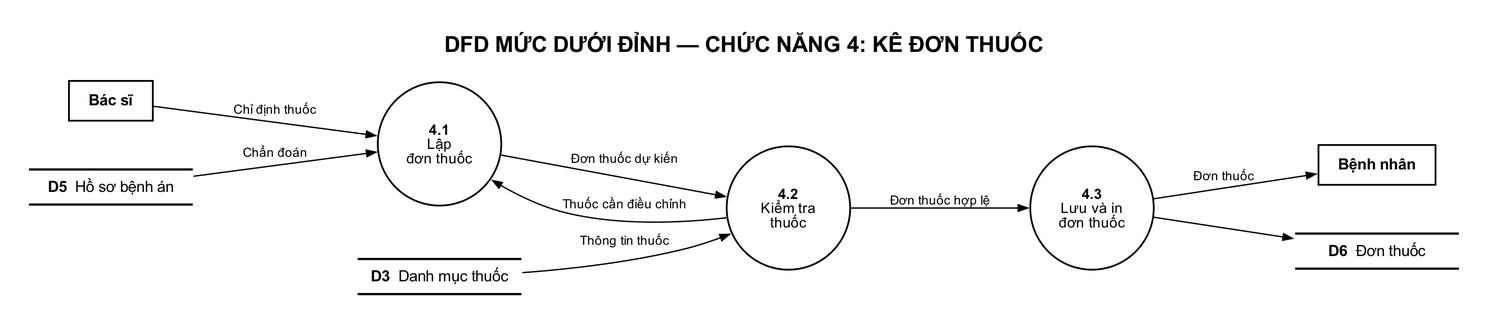
Before: ban-nang-cao/07-DFD-muc-2-chuc-nang-4-ke-don-thuoc.png, a diagram exported from Graphviz (DamDucThinh/quan-ly-phong-kham). Its source is kept beside it as nguon/07-DFD-muc-2-chuc-nang-4-ke-don-thuoc.gv. Its diagram source:
```dot
digraph G {
  graph [fontname="Arial", bgcolor="white", pad=0.35, labelloc=t, fontsize=20, label=<<B>DFD MỨC DƯỚI ĐỈNH — CHỨC NĂNG 4: KÊ ĐƠN THUỐC</B><BR/> >, rankdir=LR, nodesep=0.6, ranksep=1.0];
  node [fontname="Arial", color="black"];
  edge [fontname="Arial", fontsize=11.5, arrowsize=0.85, penwidth=1.2];
  BS [shape=box, style="filled,bold", fillcolor="#ffffff", penwidth=1.6, margin="0.25,0.14", fontsize=14, label=<<B>Bác sĩ</B>>];
  BN [shape=box, style="filled,bold", fillcolor="#ffffff", penwidth=1.6, margin="0.25,0.14", fontsize=14, label=<<B>Bệnh nhân</B>>];
  P41 [shape=circle, fixedsize=true, width=1.55, penwidth=1.6, fontsize=13, label=<<B>4.1</B><BR/>Lập<BR/>đơn thuốc>];
  P42 [shape=circle, fixedsize=true, width=1.55, penwidth=1.6, fontsize=13, label=<<B>4.2</B><BR/>Kiểm tra<BR/>thuốc>];
  P43 [shape=circle, fixedsize=true, width=1.55, penwidth=1.6, fontsize=13, label=<<B>4.3</B><BR/>Lưu và in<BR/>đơn thuốc>];
  D5 [shape=plain, label=<<TABLE BORDER="0" CELLBORDER="1" CELLSPACING="0" CELLPADDING="7"><TR><TD SIDES="TB" BORDER="2" WIDTH="150"><B>D5</B>  Hồ sơ bệnh án</TD></TR></TABLE>>];
  D3 [shape=plain, label=<<TABLE BORDER="0" CELLBORDER="1" CELLSPACING="0" CELLPADDING="7"><TR><TD SIDES="TB" BORDER="2" WIDTH="150"><B>D3</B>  Danh mục thuốc</TD></TR></TABLE>>];
  D6 [shape=plain, label=<<TABLE BORDER="0" CELLBORDER="1" CELLSPACING="0" CELLPADDING="7"><TR><TD SIDES="TB" BORDER="2" WIDTH="150"><B>D6</B>  Đơn thuốc</TD></TR></TABLE>>];
  BS -> P41 [label=<Chỉ định thuốc>];
  D5 -> P41 [label=<Chẩn đoán>];
  P41 -> P42 [label=<Đơn thuốc dự kiến>];
  D3 -> P42 [label=<Thông tin thuốc>];
  P42 -> P41 [label=<Thuốc cần điều chỉnh>];
  P42 -> P43 [label=<Đơn thuốc hợp lệ>];
  P43 -> D6 [];
  P43 -> BN [label=<Đơn thuốc>];
}
```
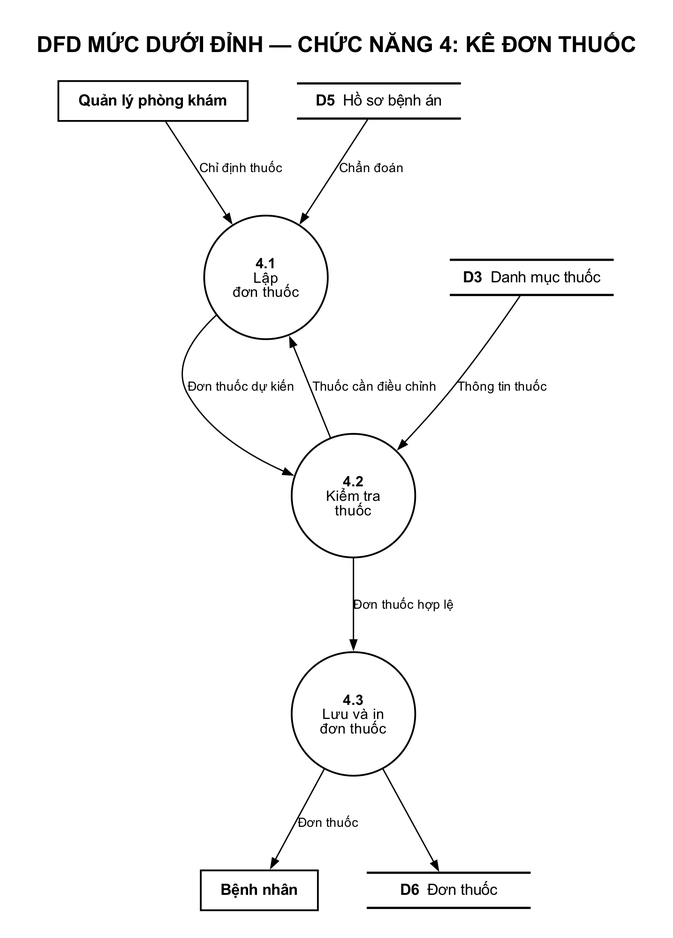
After the change.

Diff of the diagram source:
```diff
@@ -1,8 +1,8 @@
 digraph G {
-  graph [fontname="Arial", bgcolor="white", pad=0.35, labelloc=t, fontsize=20, label=<<B>DFD MỨC DƯỚI ĐỈNH — CHỨC NĂNG 4: KÊ ĐƠN THUỐC</B><BR/> >, rankdir=LR, nodesep=0.6, ranksep=1.0];
+  graph [fontname="Arial", bgcolor="white", pad=0.35, labelloc=t, fontsize=20, label=<<B>DFD MỨC DƯỚI ĐỈNH — CHỨC NĂNG 4: KÊ ĐƠN THUỐC</B><BR/> >, rankdir=TB, nodesep=0.6, ranksep=1.0];
   node [fontname="Arial", color="black"];
   edge [fontname="Arial", fontsize=11.5, arrowsize=0.85, penwidth=1.2];
-  BS [shape=box, style="filled,bold", fillcolor="#ffffff", penwidth=1.6, margin="0.25,0.14", fontsize=14, label=<<B>Bác sĩ</B>>];
+  QL [shape=box, style="filled,bold", fillcolor="#ffffff", penwidth=1.6, margin="0.25,0.14", fontsize=14, label=<<B>Quản lý phòng khám</B>>];
   BN [shape=box, style="filled,bold", fillcolor="#ffffff", penwidth=1.6, margin="0.25,0.14", fontsize=14, label=<<B>Bệnh nhân</B>>];
   P41 [shape=circle, fixedsize=true, width=1.55, penwidth=1.6, fontsize=13, label=<<B>4.1</B><BR/>Lập<BR/>đơn thuốc>];
   P42 [shape=circle, fixedsize=true, width=1.55, penwidth=1.6, fontsize=13, label=<<B>4.2</B><BR/>Kiểm tra<BR/>thuốc>];
@@ -10,7 +10,7 @@
   D5 [shape=plain, label=<<TABLE BORDER="0" CELLBORDER="1" CELLSPACING="0" CELLPADDING="7"><TR><TD SIDES="TB" BORDER="2" WIDTH="150"><B>D5</B>  Hồ sơ bệnh án</TD></TR></TABLE>>];
   D3 [shape=plain, label=<<TABLE BORDER="0" CELLBORDER="1" CELLSPACING="0" CELLPADDING="7"><TR><TD SIDES="TB" BORDER="2" WIDTH="150"><B>D3</B>  Danh mục thuốc</TD></TR></TABLE>>];
   D6 [shape=plain, label=<<TABLE BORDER="0" CELLBORDER="1" CELLSPACING="0" CELLPADDING="7"><TR><TD SIDES="TB" BORDER="2" WIDTH="150"><B>D6</B>  Đơn thuốc</TD></TR></TABLE>>];
-  BS -> P41 [label=<Chỉ định thuốc>];
+  QL -> P41 [label=<Chỉ định thuốc>];
   D5 -> P41 [label=<Chẩn đoán>];
   P41 -> P42 [label=<Đơn thuốc dự kiến>];
   D3 -> P42 [label=<Thông tin thuốc>];
```
